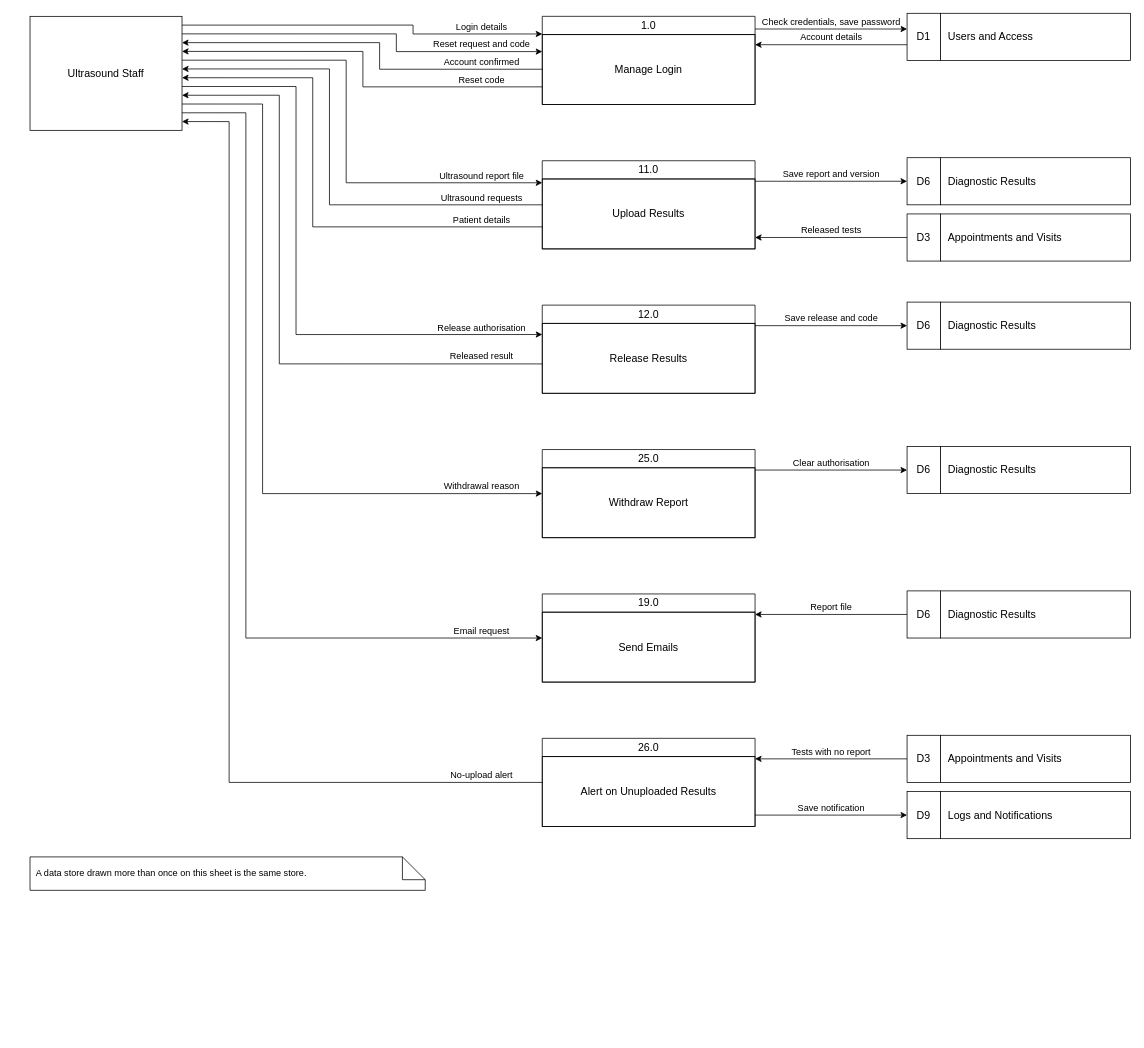
Earlier version of the draw.io diagram page "Ultrasound Staff" (6 of 8) of docs/diagrams/dfd-level1.drawio (steven23lz/Enlogada-Clinic-Management-System). Source tidied: cells renumbered, new cells numbered last; positions are measured from the earlier drawing's top-left corner, leaving out a move shared by most shapes. Both pictures are drawn from the tidied source at 76%, with x=0, y=0 at pixel (30, 13).
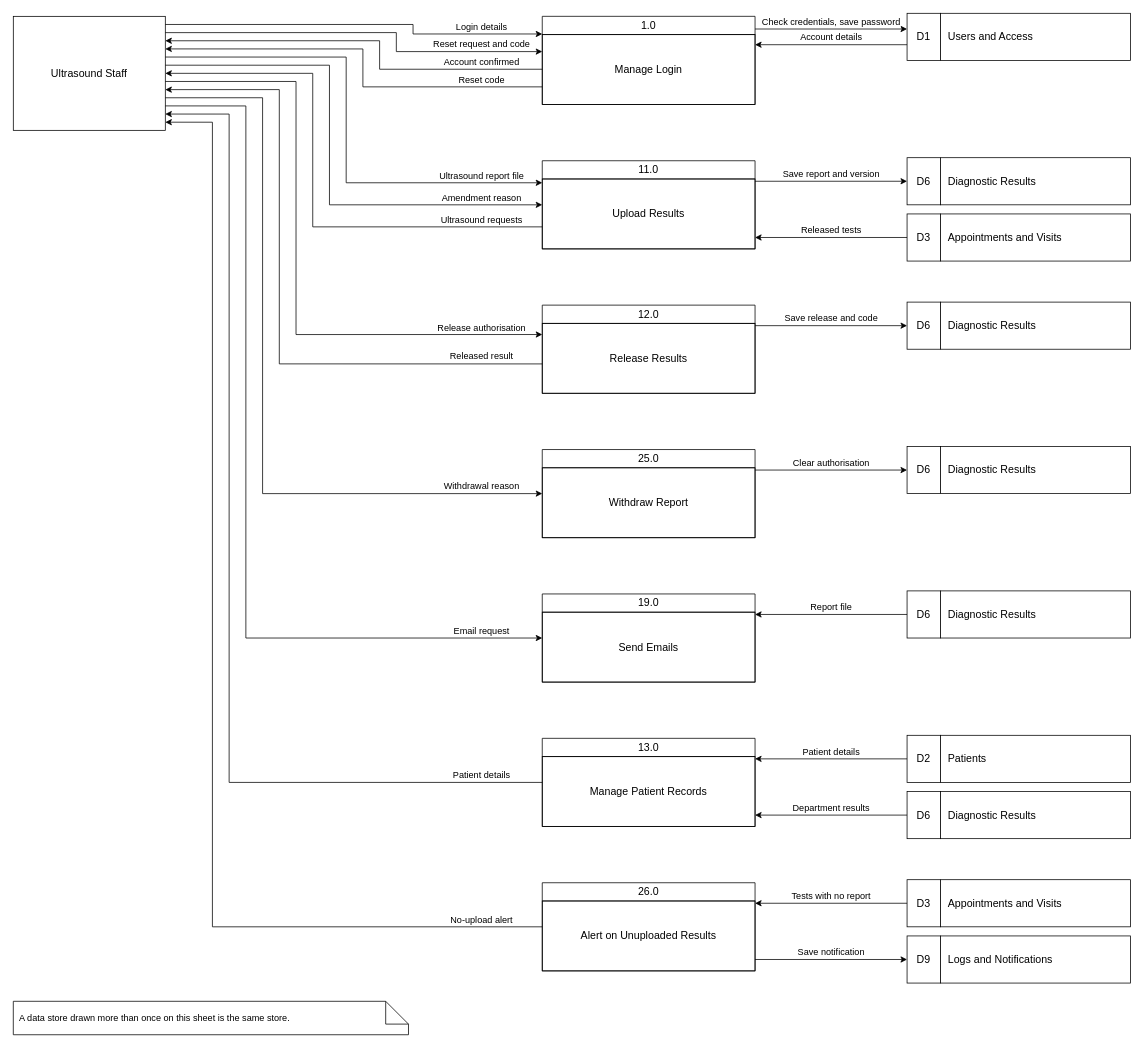
After the change.

The change refers to these unchanged cells:
```xml
<mxCell id="3" value="1.0" style="swimlane;whiteSpace=wrap;html=1;startSize=24;horizontal=1;fontStyle=0;fontFamily=Helvetica;fontSize=14;fontColor=#000000;strokeColor=#000000;" parent="1" vertex="1">
  <mxGeometry x="674" y="4" width="280" height="116" as="geometry" />
</mxCell>
<mxCell id="13" value="11.0" style="swimlane;whiteSpace=wrap;html=1;startSize=24;horizontal=1;fontStyle=0;fontFamily=Helvetica;fontSize=14;fontColor=#000000;strokeColor=#000000;" parent="1" vertex="1">
  <mxGeometry x="674" y="194" width="280" height="116" as="geometry" />
</mxCell>
<mxCell id="24" value="12.0" style="swimlane;whiteSpace=wrap;html=1;startSize=24;horizontal=1;fontStyle=0;fontFamily=Helvetica;fontSize=14;fontColor=#000000;strokeColor=#000000;" parent="1" vertex="1">
  <mxGeometry x="674" y="384" width="280" height="116" as="geometry" />
</mxCell>
<mxCell id="31" value="25.0" style="swimlane;whiteSpace=wrap;html=1;startSize=24;horizontal=1;fontStyle=0;fontFamily=Helvetica;fontSize=14;fontColor=#000000;strokeColor=#000000;" parent="1" vertex="1">
  <mxGeometry x="674" y="574" width="280" height="116" as="geometry" />
</mxCell>
<mxCell id="37" value="19.0" style="swimlane;whiteSpace=wrap;html=1;startSize=24;horizontal=1;fontStyle=0;fontFamily=Helvetica;fontSize=14;fontColor=#000000;strokeColor=#000000;" parent="1" vertex="1">
  <mxGeometry x="674" y="764" width="280" height="116" as="geometry" />
</mxCell>
```

Diff of the diagram source:
```diff
@@
     <mxCell id="2" value="Ultrasound Staff" style="rounded=0;whiteSpace=wrap;html=1;fontFamily=Helvetica;fontSize=14;fontColor=#000000;strokeColor=#000000;" parent="1" vertex="1">
-      <mxGeometry y="4" width="200" height="150" as="geometry" />
+      <mxGeometry x="-22" y="4" width="200" height="150" as="geometry" />
     </mxCell>
@@
-    <mxCell id="5" value="Login details" style="edgeStyle=orthogonalEdgeStyle;rounded=0;html=1;verticalAlign=bottom;fontFamily=Helvetica;fontSize=12;fontColor=#000000;strokeColor=#000000;exitX=1;exitY=0.0769;exitDx=0;exitDy=0;entryX=0;entryY=0.2000;entryDx=0;entryDy=0;" parent="1" edge="1" source="2" target="3">
+    <mxCell id="5" value="Login details" style="edgeStyle=orthogonalEdgeStyle;rounded=0;html=1;verticalAlign=bottom;fontFamily=Helvetica;fontSize=12;fontColor=#000000;strokeColor=#000000;exitX=1;exitY=0.0714;exitDx=0;exitDy=0;entryX=0;entryY=0.2000;entryDx=0;entryDy=0;" parent="1" edge="1" source="2" target="3">
       <mxGeometry x="1" relative="1" as="geometry">
         <Array as="points">
-          <mxPoint x="504" y="15.5" />
+          <mxPoint x="504" y="14.7" />
           <mxPoint x="504" y="27.2" />
         </Array>
         <mxPoint x="-80" as="offset" />
       </mxGeometry>
     </mxCell>
-    <mxCell id="6" value="Reset request and code" style="edgeStyle=orthogonalEdgeStyle;rounded=0;html=1;verticalAlign=bottom;fontFamily=Helvetica;fontSize=12;fontColor=#000000;strokeColor=#000000;exitX=1;exitY=0.1538;exitDx=0;exitDy=0;entryX=0;entryY=0.4000;entryDx=0;entryDy=0;" parent="1" edge="1" source="2" target="3">
+    <mxCell id="6" value="Reset request and code" style="edgeStyle=orthogonalEdgeStyle;rounded=0;html=1;verticalAlign=bottom;fontFamily=Helvetica;fontSize=12;fontColor=#000000;strokeColor=#000000;exitX=1;exitY=0.1429;exitDx=0;exitDy=0;entryX=0;entryY=0.4000;entryDx=0;entryDy=0;" parent="1" edge="1" source="2" target="3">
       <mxGeometry x="1" relative="1" as="geometry">
         <Array as="points">
-          <mxPoint x="482" y="27.1" />
+          <mxPoint x="482" y="25.4" />
           <mxPoint x="482" y="50.4" />
         </Array>
         <mxPoint x="-80" as="offset" />
       </mxGeometry>
     </mxCell>
-    <mxCell id="7" value="Account confirmed" style="edgeStyle=orthogonalEdgeStyle;rounded=0;html=1;verticalAlign=bottom;fontFamily=Helvetica;fontSize=12;fontColor=#000000;strokeColor=#000000;exitX=0;exitY=0.6000;exitDx=0;exitDy=0;entryX=1;entryY=0.2308;entryDx=0;entryDy=0;" parent="1" edge="1" source="3" target="2">
+    <mxCell id="7" value="Account confirmed" style="edgeStyle=orthogonalEdgeStyle;rounded=0;html=1;verticalAlign=bottom;fontFamily=Helvetica;fontSize=12;fontColor=#000000;strokeColor=#000000;exitX=0;exitY=0.6000;exitDx=0;exitDy=0;entryX=1;entryY=0.2143;entryDx=0;entryDy=0;" parent="1" edge="1" source="3" target="2">
       <mxGeometry x="-1" relative="1" as="geometry">
         <Array as="points">
           <mxPoint x="460" y="73.6" />
-          <mxPoint x="460" y="38.6" />
+          <mxPoint x="460" y="36.1" />
         </Array>
         <mxPoint x="-80" as="offset" />
       </mxGeometry>
     </mxCell>
-    <mxCell id="8" value="Reset code" style="edgeStyle=orthogonalEdgeStyle;rounded=0;html=1;verticalAlign=bottom;fontFamily=Helvetica;fontSize=12;fontColor=#000000;strokeColor=#000000;exitX=0;exitY=0.8000;exitDx=0;exitDy=0;entryX=1;entryY=0.3077;entryDx=0;entryDy=0;" parent="1" edge="1" source="3" target="2">
+    <mxCell id="8" value="Reset code" style="edgeStyle=orthogonalEdgeStyle;rounded=0;html=1;verticalAlign=bottom;fontFamily=Helvetica;fontSize=12;fontColor=#000000;strokeColor=#000000;exitX=0;exitY=0.8000;exitDx=0;exitDy=0;entryX=1;entryY=0.2857;entryDx=0;entryDy=0;" parent="1" edge="1" source="3" target="2">
       <mxGeometry x="-1" relative="1" as="geometry">
         <Array as="points">
           <mxPoint x="438" y="96.8" />
-          <mxPoint x="438" y="50.2" />
+          <mxPoint x="438" y="46.9" />
         </Array>
         <mxPoint x="-80" as="offset" />
       </mxGeometry>
     </mxCell>
@@
-    <mxCell id="15" value="Ultrasound report file" style="edgeStyle=orthogonalEdgeStyle;rounded=0;html=1;verticalAlign=bottom;fontFamily=Helvetica;fontSize=12;fontColor=#000000;strokeColor=#000000;exitX=1;exitY=0.3846;exitDx=0;exitDy=0;entryX=0;entryY=0.2500;entryDx=0;entryDy=0;" parent="1" edge="1" source="2" target="13">
+    <mxCell id="15" value="Ultrasound report file" style="edgeStyle=orthogonalEdgeStyle;rounded=0;html=1;verticalAlign=bottom;fontFamily=Helvetica;fontSize=12;fontColor=#000000;strokeColor=#000000;exitX=1;exitY=0.3571;exitDx=0;exitDy=0;entryX=0;entryY=0.2500;entryDx=0;entryDy=0;" parent="1" edge="1" source="2" target="13">
       <mxGeometry x="1" relative="1" as="geometry">
         <Array as="points">
-          <mxPoint x="416" y="61.7" />
+          <mxPoint x="416" y="57.6" />
           <mxPoint x="416" y="223" />
         </Array>
         <mxPoint x="-80" as="offset" />
       </mxGeometry>
     </mxCell>
-    <mxCell id="16" value="Ultrasound requests" style="edgeStyle=orthogonalEdgeStyle;rounded=0;html=1;verticalAlign=bottom;fontFamily=Helvetica;fontSize=12;fontColor=#000000;strokeColor=#000000;exitX=0;exitY=0.5000;exitDx=0;exitDy=0;entryX=1;entryY=0.4615;entryDx=0;entryDy=0;" parent="1" edge="1" source="13" target="2">
-      <mxGeometry x="-1" relative="1" as="geometry">
+    <mxCell id="16" value="Amendment reason" style="edgeStyle=orthogonalEdgeStyle;rounded=0;html=1;verticalAlign=bottom;fontFamily=Helvetica;fontSize=12;fontColor=#000000;strokeColor=#000000;exitX=1;exitY=0.4286;exitDx=0;exitDy=0;entryX=0;entryY=0.5000;entryDx=0;entryDy=0;" parent="1" edge="1" source="2" target="13">
+      <mxGeometry x="1" relative="1" as="geometry">
         <Array as="points">
+          <mxPoint x="394" y="68.3" />
           <mxPoint x="394" y="252" />
-          <mxPoint x="394" y="73.2" />
         </Array>
         <mxPoint x="-80" as="offset" />
       </mxGeometry>
     </mxCell>
-    <mxCell id="17" value="Patient details" style="edgeStyle=orthogonalEdgeStyle;rounded=0;html=1;verticalAlign=bottom;fontFamily=Helvetica;fontSize=12;fontColor=#000000;strokeColor=#000000;exitX=0;exitY=0.7500;exitDx=0;exitDy=0;entryX=1;entryY=0.5385;entryDx=0;entryDy=0;" parent="1" edge="1" source="13" target="2">
+    <mxCell id="17" value="Ultrasound requests" style="edgeStyle=orthogonalEdgeStyle;rounded=0;html=1;verticalAlign=bottom;fontFamily=Helvetica;fontSize=12;fontColor=#000000;strokeColor=#000000;exitX=0;exitY=0.7500;exitDx=0;exitDy=0;entryX=1;entryY=0.5000;entryDx=0;entryDy=0;" parent="1" edge="1" source="13" target="2">
       <mxGeometry x="-1" relative="1" as="geometry">
         <Array as="points">
           <mxPoint x="372" y="281" />
-          <mxPoint x="372" y="84.8" />
+          <mxPoint x="372" y="79" />
         </Array>
         <mxPoint x="-80" as="offset" />
       </mxGeometry>
     </mxCell>
@@
-    <mxCell id="26" value="Release authorisation" style="edgeStyle=orthogonalEdgeStyle;rounded=0;html=1;verticalAlign=bottom;fontFamily=Helvetica;fontSize=12;fontColor=#000000;strokeColor=#000000;exitX=1;exitY=0.6154;exitDx=0;exitDy=0;entryX=0;entryY=0.3333;entryDx=0;entryDy=0;" parent="1" edge="1" source="2" target="24">
+    <mxCell id="26" value="Release authorisation" style="edgeStyle=orthogonalEdgeStyle;rounded=0;html=1;verticalAlign=bottom;fontFamily=Helvetica;fontSize=12;fontColor=#000000;strokeColor=#000000;exitX=1;exitY=0.5714;exitDx=0;exitDy=0;entryX=0;entryY=0.3333;entryDx=0;entryDy=0;" parent="1" edge="1" source="2" target="24">
       <mxGeometry x="1" relative="1" as="geometry">
         <Array as="points">
-          <mxPoint x="350" y="96.3" />
+          <mxPoint x="350" y="89.7" />
           <mxPoint x="350" y="422.7" />
         </Array>
         <mxPoint x="-80" as="offset" />
       </mxGeometry>
     </mxCell>
-    <mxCell id="27" value="Released result" style="edgeStyle=orthogonalEdgeStyle;rounded=0;html=1;verticalAlign=bottom;fontFamily=Helvetica;fontSize=12;fontColor=#000000;strokeColor=#000000;exitX=0;exitY=0.6667;exitDx=0;exitDy=0;entryX=1;entryY=0.6923;entryDx=0;entryDy=0;" parent="1" edge="1" source="24" target="2">
+    <mxCell id="27" value="Released result" style="edgeStyle=orthogonalEdgeStyle;rounded=0;html=1;verticalAlign=bottom;fontFamily=Helvetica;fontSize=12;fontColor=#000000;strokeColor=#000000;exitX=0;exitY=0.6667;exitDx=0;exitDy=0;entryX=1;entryY=0.6429;entryDx=0;entryDy=0;" parent="1" edge="1" source="24" target="2">
       <mxGeometry x="-1" relative="1" as="geometry">
         <Array as="points">
           <mxPoint x="328" y="461.3" />
-          <mxPoint x="328" y="107.8" />
+          <mxPoint x="328" y="100.4" />
         </Array>
         <mxPoint x="-80" as="offset" />
       </mxGeometry>
     </mxCell>
@@
-    <mxCell id="33" value="Withdrawal reason" style="edgeStyle=orthogonalEdgeStyle;rounded=0;html=1;verticalAlign=bottom;fontFamily=Helvetica;fontSize=12;fontColor=#000000;strokeColor=#000000;exitX=1;exitY=0.7692;exitDx=0;exitDy=0;entryX=0;entryY=0.5000;entryDx=0;entryDy=0;" parent="1" edge="1" source="2" target="31">
+    <mxCell id="33" value="Withdrawal reason" style="edgeStyle=orthogonalEdgeStyle;rounded=0;html=1;verticalAlign=bottom;fontFamily=Helvetica;fontSize=12;fontColor=#000000;strokeColor=#000000;exitX=1;exitY=0.7143;exitDx=0;exitDy=0;entryX=0;entryY=0.5000;entryDx=0;entryDy=0;" parent="1" edge="1" source="2" target="31">
       <mxGeometry x="1" relative="1" as="geometry">
         <Array as="points">
-          <mxPoint x="306" y="119.4" />
+          <mxPoint x="306" y="111.1" />
           <mxPoint x="306" y="632" />
         </Array>
         <mxPoint x="-80" as="offset" />
       </mxGeometry>
     </mxCell>
@@
-    <mxCell id="39" value="Email request" style="edgeStyle=orthogonalEdgeStyle;rounded=0;html=1;verticalAlign=bottom;fontFamily=Helvetica;fontSize=12;fontColor=#000000;strokeColor=#000000;exitX=1;exitY=0.8462;exitDx=0;exitDy=0;entryX=0;entryY=0.5000;entryDx=0;entryDy=0;" parent="1" edge="1" source="2" target="37">
+    <mxCell id="39" value="Email request" style="edgeStyle=orthogonalEdgeStyle;rounded=0;html=1;verticalAlign=bottom;fontFamily=Helvetica;fontSize=12;fontColor=#000000;strokeColor=#000000;exitX=1;exitY=0.7857;exitDx=0;exitDy=0;entryX=0;entryY=0.5000;entryDx=0;entryDy=0;" parent="1" edge="1" source="2" target="37">
       <mxGeometry x="1" relative="1" as="geometry">
         <Array as="points">
-          <mxPoint x="284" y="130.9" />
+          <mxPoint x="284" y="121.9" />
           <mxPoint x="284" y="822" />
         </Array>
         <mxPoint x="-80" as="offset" />
       </mxGeometry>
     </mxCell>
@@
-    <mxCell id="43" value="26.0" style="swimlane;whiteSpace=wrap;html=1;startSize=24;horizontal=1;fontStyle=0;fontFamily=Helvetica;fontSize=14;fontColor=#000000;strokeColor=#000000;" parent="1" vertex="1">
+    <mxCell id="43" value="13.0" style="swimlane;whiteSpace=wrap;html=1;startSize=24;horizontal=1;fontStyle=0;fontFamily=Helvetica;fontSize=14;fontColor=#000000;strokeColor=#000000;" parent="1" vertex="1">
       <mxGeometry x="674" y="954" width="280" height="116" as="geometry" />
     </mxCell>
-    <mxCell id="44" value="Alert on Unuploaded Results" style="text;html=1;align=center;verticalAlign=middle;whiteSpace=wrap;fontFamily=Helvetica;fontSize=14;fontColor=#000000;strokeColor=#000000;" parent="43" vertex="1">
+    <mxCell id="44" value="Manage Patient Records" style="text;html=1;align=center;verticalAlign=middle;whiteSpace=wrap;fontFamily=Helvetica;fontSize=14;fontColor=#000000;strokeColor=#000000;" parent="43" vertex="1">
       <mxGeometry y="24" width="280" height="92" as="geometry" />
     </mxCell>
-    <mxCell id="45" value="No-upload alert" style="edgeStyle=orthogonalEdgeStyle;rounded=0;html=1;verticalAlign=bottom;fontFamily=Helvetica;fontSize=12;fontColor=#000000;strokeColor=#000000;exitX=0;exitY=0.5000;exitDx=0;exitDy=0;entryX=1;entryY=0.9231;entryDx=0;entryDy=0;" parent="1" edge="1" source="43" target="2">
+    <mxCell id="45" value="Patient details" style="edgeStyle=orthogonalEdgeStyle;rounded=0;html=1;verticalAlign=bottom;fontFamily=Helvetica;fontSize=12;fontColor=#000000;strokeColor=#000000;exitX=0;exitY=0.5000;exitDx=0;exitDy=0;entryX=1;entryY=0.8571;entryDx=0;entryDy=0;" parent="1" edge="1" source="43" target="2">
       <mxGeometry x="-1" relative="1" as="geometry">
         <Array as="points">
           <mxPoint x="262" y="1012" />
-          <mxPoint x="262" y="142.5" />
+          <mxPoint x="262" y="132.6" />
         </Array>
         <mxPoint x="-80" as="offset" />
       </mxGeometry>
     </mxCell>
-    <mxCell id="46" value="D3" style="rounded=0;whiteSpace=wrap;html=1;align=center;fontFamily=Helvetica;fontSize=14;fontColor=#000000;strokeColor=#000000;" parent="1" vertex="1">
+    <mxCell id="46" value="D2" style="rounded=0;whiteSpace=wrap;html=1;align=center;fontFamily=Helvetica;fontSize=14;fontColor=#000000;strokeColor=#000000;" parent="1" vertex="1">
       <mxGeometry x="1154" y="950" width="44" height="62" as="geometry" />
     </mxCell>
-    <mxCell id="47" value="Appointments and Visits" style="rounded=0;whiteSpace=wrap;html=1;align=left;spacingLeft=8;fontFamily=Helvetica;fontSize=14;fontColor=#000000;strokeColor=#000000;" parent="1" vertex="1">
+    <mxCell id="47" value="Patients" style="rounded=0;whiteSpace=wrap;html=1;align=left;spacingLeft=8;fontFamily=Helvetica;fontSize=14;fontColor=#000000;strokeColor=#000000;" parent="1" vertex="1">
       <mxGeometry x="1198" y="950" width="250" height="62" as="geometry" />
     </mxCell>
-    <mxCell id="48" value="Tests with no report" style="edgeStyle=orthogonalEdgeStyle;rounded=0;html=1;verticalAlign=bottom;fontFamily=Helvetica;fontSize=12;fontColor=#000000;strokeColor=#000000;exitX=0;exitY=0.5000;exitDx=0;exitDy=0;entryX=1;entryY=0.2328;entryDx=0;entryDy=0;" parent="1" edge="1" source="46" target="43">
+    <mxCell id="48" value="Patient details" style="edgeStyle=orthogonalEdgeStyle;rounded=0;html=1;verticalAlign=bottom;fontFamily=Helvetica;fontSize=12;fontColor=#000000;strokeColor=#000000;exitX=0;exitY=0.5000;exitDx=0;exitDy=0;entryX=1;entryY=0.2328;entryDx=0;entryDy=0;" parent="1" edge="1" source="46" target="43">
       <mxGeometry relative="1" as="geometry" />
     </mxCell>
-    <mxCell id="49" value="D9" style="rounded=0;whiteSpace=wrap;html=1;align=center;fontFamily=Helvetica;fontSize=14;fontColor=#000000;strokeColor=#000000;" parent="1" vertex="1">
+    <mxCell id="49" value="D6" style="rounded=0;whiteSpace=wrap;html=1;align=center;fontFamily=Helvetica;fontSize=14;fontColor=#000000;strokeColor=#000000;" parent="1" vertex="1">
       <mxGeometry x="1154" y="1024" width="44" height="62" as="geometry" />
     </mxCell>
-    <mxCell id="50" value="Logs and Notifications" style="rounded=0;whiteSpace=wrap;html=1;align=left;spacingLeft=8;fontFamily=Helvetica;fontSize=14;fontColor=#000000;strokeColor=#000000;" parent="1" vertex="1">
+    <mxCell id="50" value="Diagnostic Results" style="rounded=0;whiteSpace=wrap;html=1;align=left;spacingLeft=8;fontFamily=Helvetica;fontSize=14;fontColor=#000000;strokeColor=#000000;" parent="1" vertex="1">
       <mxGeometry x="1198" y="1024" width="250" height="62" as="geometry" />
     </mxCell>
-    <mxCell id="51" value="Save notification" style="edgeStyle=orthogonalEdgeStyle;rounded=0;html=1;verticalAlign=bottom;fontFamily=Helvetica;fontSize=12;fontColor=#000000;strokeColor=#000000;exitX=1;exitY=0.8707;exitDx=0;exitDy=0;entryX=0;entryY=0.5000;entryDx=0;entryDy=0;" parent="1" edge="1" source="43" target="49">
+    <mxCell id="51" value="Department results" style="edgeStyle=orthogonalEdgeStyle;rounded=0;html=1;verticalAlign=bottom;fontFamily=Helvetica;fontSize=12;fontColor=#000000;strokeColor=#000000;exitX=0;exitY=0.5000;exitDx=0;exitDy=0;entryX=1;entryY=0.8707;entryDx=0;entryDy=0;" parent="1" edge="1" source="49" target="43">
       <mxGeometry relative="1" as="geometry" />
     </mxCell>
-    <mxCell id="52" value="A data store drawn more than once on this sheet is the same store." style="shape=note;whiteSpace=wrap;html=1;backgroundOutline=1;fillColor=none;strokeColor=#000000;align=left;spacingLeft=6;fontFamily=Helvetica;fontSize=12;fontColor=#000000;strokeColor=#000000;" parent="1" vertex="1">
-      <mxGeometry y="1110" width="520" height="44" as="geometry" />
+    <mxCell id="52" value="26.0" style="swimlane;whiteSpace=wrap;html=1;startSize=24;horizontal=1;fontStyle=0;fontFamily=Helvetica;fontSize=14;fontColor=#000000;strokeColor=#000000;" parent="1" vertex="1">
+      <mxGeometry x="674" y="1144" width="280" height="116" as="geometry" />
     </mxCell>
+    <mxCell id="53" value="Alert on Unuploaded Results" style="text;html=1;align=center;verticalAlign=middle;whiteSpace=wrap;fontFamily=Helvetica;fontSize=14;fontColor=#000000;strokeColor=#000000;" parent="52" vertex="1">
+      <mxGeometry y="24" width="280" height="92" as="geometry" />
+    </mxCell>
+    <mxCell id="54" value="No-upload alert" style="edgeStyle=orthogonalEdgeStyle;rounded=0;html=1;verticalAlign=bottom;fontFamily=Helvetica;fontSize=12;fontColor=#000000;strokeColor=#000000;exitX=0;exitY=0.5000;exitDx=0;exitDy=0;entryX=1;entryY=0.9286;entryDx=0;entryDy=0;" parent="1" edge="1" source="52" target="2">
+      <mxGeometry x="-1" relative="1" as="geometry">
+        <Array as="points">
+          <mxPoint x="240" y="1202" />
+          <mxPoint x="240" y="143.3" />
+        </Array>
+        <mxPoint x="-80" as="offset" />
+      </mxGeometry>
+    </mxCell>
+    <mxCell id="55" value="D3" style="rounded=0;whiteSpace=wrap;html=1;align=center;fontFamily=Helvetica;fontSize=14;fontColor=#000000;strokeColor=#000000;" parent="1" vertex="1">
+      <mxGeometry x="1154" y="1140" width="44" height="62" as="geometry" />
+    </mxCell>
+    <mxCell id="56" value="Appointments and Visits" style="rounded=0;whiteSpace=wrap;html=1;align=left;spacingLeft=8;fontFamily=Helvetica;fontSize=14;fontColor=#000000;strokeColor=#000000;" parent="1" vertex="1">
+      <mxGeometry x="1198" y="1140" width="250" height="62" as="geometry" />
+    </mxCell>
+    <mxCell id="57" value="Tests with no report" style="edgeStyle=orthogonalEdgeStyle;rounded=0;html=1;verticalAlign=bottom;fontFamily=Helvetica;fontSize=12;fontColor=#000000;strokeColor=#000000;exitX=0;exitY=0.5000;exitDx=0;exitDy=0;entryX=1;entryY=0.2328;entryDx=0;entryDy=0;" parent="1" edge="1" source="55" target="52">
+      <mxGeometry relative="1" as="geometry" />
+    </mxCell>
+    <mxCell id="58" value="D9" style="rounded=0;whiteSpace=wrap;html=1;align=center;fontFamily=Helvetica;fontSize=14;fontColor=#000000;strokeColor=#000000;" parent="1" vertex="1">
+      <mxGeometry x="1154" y="1214" width="44" height="62" as="geometry" />
+    </mxCell>
+    <mxCell id="59" value="Logs and Notifications" style="rounded=0;whiteSpace=wrap;html=1;align=left;spacingLeft=8;fontFamily=Helvetica;fontSize=14;fontColor=#000000;strokeColor=#000000;" parent="1" vertex="1">
+      <mxGeometry x="1198" y="1214" width="250" height="62" as="geometry" />
+    </mxCell>
+    <mxCell id="60" value="Save notification" style="edgeStyle=orthogonalEdgeStyle;rounded=0;html=1;verticalAlign=bottom;fontFamily=Helvetica;fontSize=12;fontColor=#000000;strokeColor=#000000;exitX=1;exitY=0.8707;exitDx=0;exitDy=0;entryX=0;entryY=0.5000;entryDx=0;entryDy=0;" parent="1" edge="1" source="52" target="58">
+      <mxGeometry relative="1" as="geometry" />
+    </mxCell>
+    <mxCell id="61" value="A data store drawn more than once on this sheet is the same store." style="shape=note;whiteSpace=wrap;html=1;backgroundOutline=1;fillColor=none;strokeColor=#000000;align=left;spacingLeft=6;fontFamily=Helvetica;fontSize=12;fontColor=#000000;strokeColor=#000000;" parent="1" vertex="1">
+      <mxGeometry x="-22" y="1300" width="520" height="44" as="geometry" />
+    </mxCell>
```
